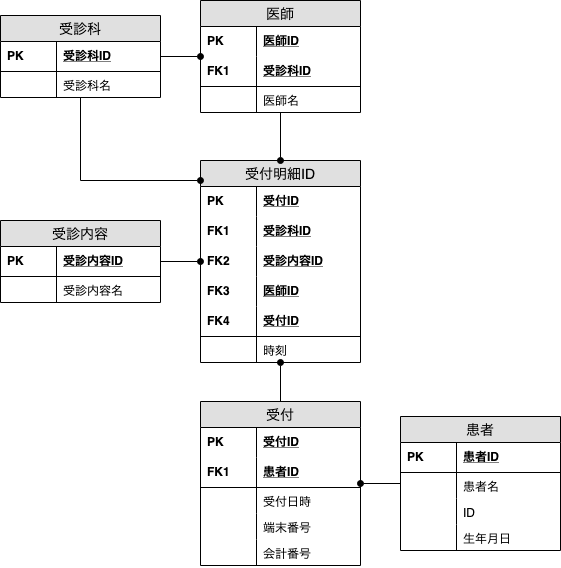
The draw.io diagram 004_hospital_reception.png in chihaso/rakurakuERD, before a commit. Source tidied: cells renumbered, new cells last; positions are measured from the earlier drawing's top-left corner, leaving out a move shared by most shapes. Its diagram source:
```xml
<mxGraphModel background="#ffffff">
  <root>
    <mxCell id="0" />
    <mxCell id="1" parent="0" />
    <mxCell id="2" value="受付明細ID" style="swimlane;fontStyle=0;horizontal=1;startSize=26;fillColor=#e0e0e0;swimlaneFillColor=#ffffff;align=center;fontSize=14;" parent="1" vertex="1">
      <mxGeometry x="200" y="160" width="160" height="202" as="geometry" />
    </mxCell>
    <mxCell id="3" value="受付ID" style="shape=partialRectangle;top=0;left=0;right=0;bottom=0;align=left;verticalAlign=middle;fillColor=none;spacingLeft=60;spacingRight=4;overflow=hidden;fontStyle=5;fontSize=12;" parent="2" vertex="1">
      <mxGeometry y="26" width="160" height="30" as="geometry" />
    </mxCell>
    <mxCell id="4" value="PK" style="shape=partialRectangle;fontStyle=1;top=0;left=0;bottom=0;fillColor=none;align=left;verticalAlign=middle;spacingLeft=4;spacingRight=4;overflow=hidden;fontSize=12;" parent="3" vertex="1">
      <mxGeometry width="56" height="30" as="geometry" />
    </mxCell>
    <mxCell id="5" value="受診科ID" style="shape=partialRectangle;top=0;left=0;right=0;bottom=0;align=left;verticalAlign=middle;fillColor=none;spacingLeft=60;spacingRight=4;overflow=hidden;fontStyle=5;fontSize=12;" parent="2" vertex="1">
      <mxGeometry y="56" width="160" height="30" as="geometry" />
    </mxCell>
    <mxCell id="6" value="FK1" style="shape=partialRectangle;fontStyle=1;top=0;left=0;bottom=0;fillColor=none;align=left;verticalAlign=middle;spacingLeft=4;spacingRight=4;overflow=hidden;fontSize=12;" parent="5" vertex="1">
      <mxGeometry width="56" height="30" as="geometry" />
    </mxCell>
    <mxCell id="7" value="受診内容ID" style="shape=partialRectangle;top=0;left=0;right=0;bottom=0;align=left;verticalAlign=middle;fillColor=none;spacingLeft=60;spacingRight=4;overflow=hidden;fontStyle=5;fontSize=12;" parent="2" vertex="1">
      <mxGeometry y="86" width="160" height="30" as="geometry" />
    </mxCell>
    <mxCell id="8" value="FK2" style="shape=partialRectangle;fontStyle=1;top=0;left=0;bottom=0;fillColor=none;align=left;verticalAlign=middle;spacingLeft=4;spacingRight=4;overflow=hidden;fontSize=12;" parent="7" vertex="1">
      <mxGeometry width="56" height="30" as="geometry" />
    </mxCell>
    <mxCell id="9" value="医師ID" style="shape=partialRectangle;top=0;left=0;right=0;bottom=0;align=left;verticalAlign=middle;fillColor=none;spacingLeft=60;spacingRight=4;overflow=hidden;fontStyle=5;fontSize=12;" parent="2" vertex="1">
      <mxGeometry y="116" width="160" height="30" as="geometry" />
    </mxCell>
    <mxCell id="10" value="FK3" style="shape=partialRectangle;fontStyle=1;top=0;left=0;bottom=0;fillColor=none;align=left;verticalAlign=middle;spacingLeft=4;spacingRight=4;overflow=hidden;fontSize=12;" parent="9" vertex="1">
      <mxGeometry width="56" height="30" as="geometry" />
    </mxCell>
    <mxCell id="11" value="受付ID" style="shape=partialRectangle;top=0;left=0;right=0;bottom=1;align=left;verticalAlign=middle;fillColor=none;spacingLeft=60;spacingRight=4;overflow=hidden;fontStyle=5;fontSize=12;" parent="2" vertex="1">
      <mxGeometry y="146" width="160" height="30" as="geometry" />
    </mxCell>
    <mxCell id="12" value="FK4" style="shape=partialRectangle;fontStyle=1;top=0;left=0;bottom=0;fillColor=none;align=left;verticalAlign=middle;spacingLeft=4;spacingRight=4;overflow=hidden;fontSize=12;" parent="11" vertex="1">
      <mxGeometry width="56" height="30" as="geometry" />
    </mxCell>
    <mxCell id="13" value="時刻" style="shape=partialRectangle;top=0;left=0;right=0;bottom=0;align=left;verticalAlign=top;fillColor=none;spacingLeft=60;spacingRight=4;overflow=hidden;fontSize=12;" parent="2" vertex="1">
      <mxGeometry y="176" width="160" height="26" as="geometry" />
    </mxCell>
    <mxCell id="14" style="shape=partialRectangle;top=0;left=0;bottom=0;fillColor=none;align=left;verticalAlign=top;spacingLeft=4;spacingRight=4;overflow=hidden;fontSize=12;" parent="13" vertex="1">
      <mxGeometry width="56" height="26" as="geometry" />
    </mxCell>
    <mxCell id="15" value="患者" style="swimlane;fontStyle=0;horizontal=1;startSize=26;fillColor=#e0e0e0;swimlaneFillColor=#ffffff;align=center;fontSize=14;" parent="1" vertex="1">
      <mxGeometry x="400" y="416" width="160" height="134" as="geometry" />
    </mxCell>
    <mxCell id="16" value="患者ID" style="shape=partialRectangle;top=0;left=0;right=0;bottom=1;align=left;verticalAlign=middle;fillColor=none;spacingLeft=60;spacingRight=4;overflow=hidden;fontStyle=5;fontSize=12;" parent="15" vertex="1">
      <mxGeometry y="26" width="160" height="30" as="geometry" />
    </mxCell>
    <mxCell id="17" value="PK" style="shape=partialRectangle;fontStyle=1;top=0;left=0;bottom=0;fillColor=none;align=left;verticalAlign=middle;spacingLeft=4;spacingRight=4;overflow=hidden;fontSize=12;" parent="16" vertex="1">
      <mxGeometry width="56" height="30" as="geometry" />
    </mxCell>
    <mxCell id="18" value="患者名" style="shape=partialRectangle;top=0;left=0;right=0;bottom=0;align=left;verticalAlign=top;fillColor=none;spacingLeft=60;spacingRight=4;overflow=hidden;fontSize=12;" parent="15" vertex="1">
      <mxGeometry y="56" width="160" height="26" as="geometry" />
    </mxCell>
    <mxCell id="19" style="shape=partialRectangle;top=0;left=0;bottom=0;fillColor=none;align=left;verticalAlign=top;spacingLeft=4;spacingRight=4;overflow=hidden;fontSize=12;" parent="18" vertex="1">
      <mxGeometry width="56" height="26" as="geometry" />
    </mxCell>
    <mxCell id="20" value="ID" style="shape=partialRectangle;top=0;left=0;right=0;bottom=0;align=left;verticalAlign=top;fillColor=none;spacingLeft=60;spacingRight=4;overflow=hidden;fontSize=12;" parent="15" vertex="1">
      <mxGeometry y="82" width="160" height="26" as="geometry" />
    </mxCell>
    <mxCell id="21" style="shape=partialRectangle;top=0;left=0;bottom=0;fillColor=none;align=left;verticalAlign=top;spacingLeft=4;spacingRight=4;overflow=hidden;fontSize=12;" parent="20" vertex="1">
      <mxGeometry width="56" height="26" as="geometry" />
    </mxCell>
    <mxCell id="22" value="生年月日" style="shape=partialRectangle;top=0;left=0;right=0;bottom=0;align=left;verticalAlign=top;fillColor=none;spacingLeft=60;spacingRight=4;overflow=hidden;fontSize=12;" parent="15" vertex="1">
      <mxGeometry y="108" width="160" height="26" as="geometry" />
    </mxCell>
    <mxCell id="23" style="shape=partialRectangle;top=0;left=0;bottom=0;fillColor=none;align=left;verticalAlign=top;spacingLeft=4;spacingRight=4;overflow=hidden;fontSize=12;" parent="22" vertex="1">
      <mxGeometry width="56" height="26" as="geometry" />
    </mxCell>
    <mxCell id="24" style="edgeStyle=orthogonalEdgeStyle;rounded=0;jettySize=auto;html=1;endArrow=oval;endFill=1;" parent="1" edge="1" source="25" target="2">
      <mxGeometry relative="1" as="geometry" />
    </mxCell>
    <mxCell id="25" value="受診内容" style="swimlane;fontStyle=0;horizontal=1;startSize=26;fillColor=#e0e0e0;swimlaneFillColor=#ffffff;align=center;fontSize=14;" parent="1" vertex="1">
      <mxGeometry y="220" width="160" height="82" as="geometry" />
    </mxCell>
    <mxCell id="26" value="受診内容ID" style="shape=partialRectangle;top=0;left=0;right=0;bottom=1;align=left;verticalAlign=middle;fillColor=none;spacingLeft=60;spacingRight=4;overflow=hidden;fontStyle=5;fontSize=12;" parent="25" vertex="1">
      <mxGeometry y="26" width="160" height="30" as="geometry" />
    </mxCell>
    <mxCell id="27" value="PK" style="shape=partialRectangle;fontStyle=1;top=0;left=0;bottom=0;fillColor=none;align=left;verticalAlign=middle;spacingLeft=4;spacingRight=4;overflow=hidden;fontSize=12;" parent="26" vertex="1">
      <mxGeometry width="56" height="30" as="geometry" />
    </mxCell>
    <mxCell id="28" value="受診内容名" style="shape=partialRectangle;top=0;left=0;right=0;bottom=0;align=left;verticalAlign=top;fillColor=none;spacingLeft=60;spacingRight=4;overflow=hidden;fontSize=12;" parent="25" vertex="1">
      <mxGeometry y="56" width="160" height="26" as="geometry" />
    </mxCell>
    <mxCell id="29" style="shape=partialRectangle;top=0;left=0;bottom=0;fillColor=none;align=left;verticalAlign=top;spacingLeft=4;spacingRight=4;overflow=hidden;fontSize=12;" parent="28" vertex="1">
      <mxGeometry width="56" height="26" as="geometry" />
    </mxCell>
    <mxCell id="30" style="edgeStyle=orthogonalEdgeStyle;rounded=0;jettySize=auto;html=1;endArrow=oval;endFill=1;" parent="1" edge="1" source="31" target="2">
      <mxGeometry relative="1" as="geometry">
        <Array as="points">
          <mxPoint x="80" y="180" />
        </Array>
      </mxGeometry>
    </mxCell>
    <mxCell id="31" value="受診科" style="swimlane;fontStyle=0;horizontal=1;startSize=26;fillColor=#e0e0e0;swimlaneFillColor=#ffffff;align=center;fontSize=14;" parent="1" vertex="1">
      <mxGeometry y="15" width="160" height="82" as="geometry" />
    </mxCell>
    <mxCell id="32" value="受診科ID" style="shape=partialRectangle;top=0;left=0;right=0;bottom=1;align=left;verticalAlign=middle;fillColor=none;spacingLeft=60;spacingRight=4;overflow=hidden;fontStyle=5;fontSize=12;perimeterSpacing=0;strokeColor=#000000;strokeWidth=1;" parent="31" vertex="1">
      <mxGeometry y="26" width="160" height="30" as="geometry" />
    </mxCell>
    <mxCell id="33" value="PK" style="shape=partialRectangle;fontStyle=1;top=0;left=0;bottom=0;fillColor=none;align=left;verticalAlign=middle;spacingLeft=4;spacingRight=4;overflow=hidden;fontSize=12;" parent="32" vertex="1">
      <mxGeometry width="56" height="30" as="geometry" />
    </mxCell>
    <mxCell id="34" value="受診科名" style="shape=partialRectangle;top=0;left=0;right=0;bottom=0;align=left;verticalAlign=top;fillColor=none;spacingLeft=60;spacingRight=4;overflow=hidden;fontSize=12;" parent="31" vertex="1">
      <mxGeometry y="56" width="160" height="26" as="geometry" />
    </mxCell>
    <mxCell id="35" style="shape=partialRectangle;top=0;left=0;bottom=0;fillColor=none;align=left;verticalAlign=top;spacingLeft=4;spacingRight=4;overflow=hidden;fontSize=12;" parent="34" vertex="1">
      <mxGeometry width="56" height="26" as="geometry" />
    </mxCell>
    <mxCell id="36" style="edgeStyle=orthogonalEdgeStyle;rounded=0;jettySize=auto;html=1;endArrow=oval;endFill=1;" parent="1" edge="1" source="37" target="2">
      <mxGeometry relative="1" as="geometry" />
    </mxCell>
    <mxCell id="37" value="医師" style="swimlane;fontStyle=0;horizontal=1;startSize=26;fillColor=#e0e0e0;swimlaneFillColor=#ffffff;align=center;fontSize=14;" parent="1" vertex="1">
      <mxGeometry x="200" width="160" height="112" as="geometry" />
    </mxCell>
    <mxCell id="38" value="医師ID" style="shape=partialRectangle;top=0;left=0;right=0;bottom=0;align=left;verticalAlign=middle;fillColor=none;spacingLeft=60;spacingRight=4;overflow=hidden;fontStyle=5;fontSize=12;" parent="37" vertex="1">
      <mxGeometry y="26" width="160" height="30" as="geometry" />
    </mxCell>
    <mxCell id="39" value="PK" style="shape=partialRectangle;fontStyle=1;top=0;left=0;bottom=0;fillColor=none;align=left;verticalAlign=middle;spacingLeft=4;spacingRight=4;overflow=hidden;fontSize=12;" parent="38" vertex="1">
      <mxGeometry width="56" height="30" as="geometry" />
    </mxCell>
    <mxCell id="40" value="受診科ID" style="shape=partialRectangle;top=0;left=0;right=0;bottom=1;align=left;verticalAlign=middle;fillColor=none;spacingLeft=60;spacingRight=4;overflow=hidden;fontStyle=5;fontSize=12;" parent="37" vertex="1">
      <mxGeometry y="56" width="160" height="30" as="geometry" />
    </mxCell>
    <mxCell id="41" value="FK1" style="shape=partialRectangle;fontStyle=1;top=0;left=0;bottom=0;fillColor=none;align=left;verticalAlign=middle;spacingLeft=4;spacingRight=4;overflow=hidden;fontSize=12;" parent="40" vertex="1">
      <mxGeometry width="56" height="30" as="geometry" />
    </mxCell>
    <mxCell id="42" value="医師名" style="shape=partialRectangle;top=0;left=0;right=0;bottom=0;align=left;verticalAlign=top;fillColor=none;spacingLeft=60;spacingRight=4;overflow=hidden;fontSize=12;" parent="37" vertex="1">
      <mxGeometry y="86" width="160" height="26" as="geometry" />
    </mxCell>
    <mxCell id="43" style="shape=partialRectangle;top=0;left=0;bottom=0;fillColor=none;align=left;verticalAlign=top;spacingLeft=4;spacingRight=4;overflow=hidden;fontSize=12;" parent="42" vertex="1">
      <mxGeometry width="56" height="26" as="geometry" />
    </mxCell>
    <mxCell id="44" style="edgeStyle=orthogonalEdgeStyle;rounded=0;jettySize=auto;html=1;endArrow=oval;endFill=1;" parent="1" edge="1" source="31" target="37">
      <mxGeometry relative="1" as="geometry" />
    </mxCell>
    <mxCell id="45" style="edgeStyle=orthogonalEdgeStyle;rounded=0;jettySize=auto;html=1;endArrow=oval;endFill=1;" parent="1" edge="1" source="46" target="2">
      <mxGeometry relative="1" as="geometry" />
    </mxCell>
    <mxCell id="46" value="受付" style="swimlane;fontStyle=0;horizontal=1;startSize=26;fillColor=#e0e0e0;swimlaneFillColor=#ffffff;align=center;fontSize=14;" parent="1" vertex="1">
      <mxGeometry x="200" y="401" width="160" height="164" as="geometry" />
    </mxCell>
    <mxCell id="47" value="受付ID" style="shape=partialRectangle;top=0;left=0;right=0;bottom=0;align=left;verticalAlign=middle;fillColor=none;spacingLeft=60;spacingRight=4;overflow=hidden;fontStyle=5;fontSize=12;" parent="46" vertex="1">
      <mxGeometry y="26" width="160" height="30" as="geometry" />
    </mxCell>
    <mxCell id="48" value="PK" style="shape=partialRectangle;fontStyle=1;top=0;left=0;bottom=0;fillColor=none;align=left;verticalAlign=middle;spacingLeft=4;spacingRight=4;overflow=hidden;fontSize=12;" parent="47" vertex="1">
      <mxGeometry width="56" height="30" as="geometry" />
    </mxCell>
    <mxCell id="49" value="患者ID" style="shape=partialRectangle;top=0;left=0;right=0;bottom=1;align=left;verticalAlign=middle;fillColor=none;spacingLeft=60;spacingRight=4;overflow=hidden;fontStyle=5;fontSize=12;" parent="46" vertex="1">
      <mxGeometry y="56" width="160" height="30" as="geometry" />
    </mxCell>
    <mxCell id="50" value="FK1" style="shape=partialRectangle;fontStyle=1;top=0;left=0;bottom=0;fillColor=none;align=left;verticalAlign=middle;spacingLeft=4;spacingRight=4;overflow=hidden;fontSize=12;" parent="49" vertex="1">
      <mxGeometry width="56" height="30" as="geometry" />
    </mxCell>
    <mxCell id="51" value="受付日時" style="shape=partialRectangle;top=0;left=0;right=0;bottom=0;align=left;verticalAlign=top;fillColor=none;spacingLeft=60;spacingRight=4;overflow=hidden;fontSize=12;" parent="46" vertex="1">
      <mxGeometry y="86" width="160" height="26" as="geometry" />
    </mxCell>
    <mxCell id="52" style="shape=partialRectangle;top=0;left=0;bottom=0;fillColor=none;align=left;verticalAlign=top;spacingLeft=4;spacingRight=4;overflow=hidden;fontSize=12;" parent="51" vertex="1">
      <mxGeometry width="56" height="26" as="geometry" />
    </mxCell>
    <mxCell id="53" value="端末番号" style="shape=partialRectangle;top=0;left=0;right=0;bottom=0;align=left;verticalAlign=top;fillColor=none;spacingLeft=60;spacingRight=4;overflow=hidden;fontSize=12;" parent="46" vertex="1">
      <mxGeometry y="112" width="160" height="26" as="geometry" />
    </mxCell>
    <mxCell id="54" style="shape=partialRectangle;top=0;left=0;bottom=0;fillColor=none;align=left;verticalAlign=top;spacingLeft=4;spacingRight=4;overflow=hidden;fontSize=12;" parent="53" vertex="1">
      <mxGeometry width="56" height="26" as="geometry" />
    </mxCell>
    <mxCell id="55" value="会計番号" style="shape=partialRectangle;top=0;left=0;right=0;bottom=0;align=left;verticalAlign=top;fillColor=none;spacingLeft=60;spacingRight=4;overflow=hidden;fontSize=12;" parent="46" vertex="1">
      <mxGeometry y="138" width="160" height="26" as="geometry" />
    </mxCell>
    <mxCell id="56" style="shape=partialRectangle;top=0;left=0;bottom=0;fillColor=none;align=left;verticalAlign=top;spacingLeft=4;spacingRight=4;overflow=hidden;fontSize=12;" parent="55" vertex="1">
      <mxGeometry width="56" height="26" as="geometry" />
    </mxCell>
    <mxCell id="57" style="edgeStyle=orthogonalEdgeStyle;rounded=0;jettySize=auto;html=1;endArrow=oval;endFill=1;" parent="1" edge="1" source="15" target="46">
      <mxGeometry relative="1" as="geometry" />
    </mxCell>
  </root>
</mxGraphModel>
```
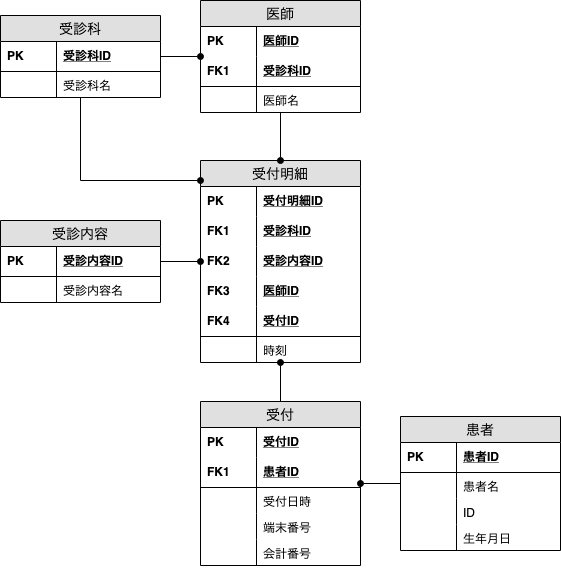
The same diagram one commit later.

Commit message:
受付明細テーブルのテーブル名と項目名修正

Diff of the diagram source:
```diff
@@ -2,10 +2,10 @@
   <root>
     <mxCell id="0" />
     <mxCell id="1" parent="0" />
-    <mxCell id="2" value="受付明細ID" style="swimlane;fontStyle=0;horizontal=1;startSize=26;fillColor=#e0e0e0;swimlaneFillColor=#ffffff;align=center;fontSize=14;" parent="1" vertex="1">
+    <mxCell id="2" value="受付明細" style="swimlane;fontStyle=0;horizontal=1;startSize=26;fillColor=#e0e0e0;swimlaneFillColor=#ffffff;align=center;fontSize=14;" parent="1" vertex="1">
       <mxGeometry x="200" y="160" width="160" height="202" as="geometry" />
     </mxCell>
-    <mxCell id="3" value="受付ID" style="shape=partialRectangle;top=0;left=0;right=0;bottom=0;align=left;verticalAlign=middle;fillColor=none;spacingLeft=60;spacingRight=4;overflow=hidden;fontStyle=5;fontSize=12;" parent="2" vertex="1">
+    <mxCell id="3" value="受付明細ID" style="shape=partialRectangle;top=0;left=0;right=0;bottom=0;align=left;verticalAlign=middle;fillColor=none;spacingLeft=60;spacingRight=4;overflow=hidden;fontStyle=5;fontSize=12;" parent="2" vertex="1">
       <mxGeometry y="26" width="160" height="30" as="geometry" />
     </mxCell>
     <mxCell id="4" value="PK" style="shape=partialRectangle;fontStyle=1;top=0;left=0;bottom=0;fillColor=none;align=left;verticalAlign=middle;spacingLeft=4;spacingRight=4;overflow=hidden;fontSize=12;" parent="3" vertex="1">
```
